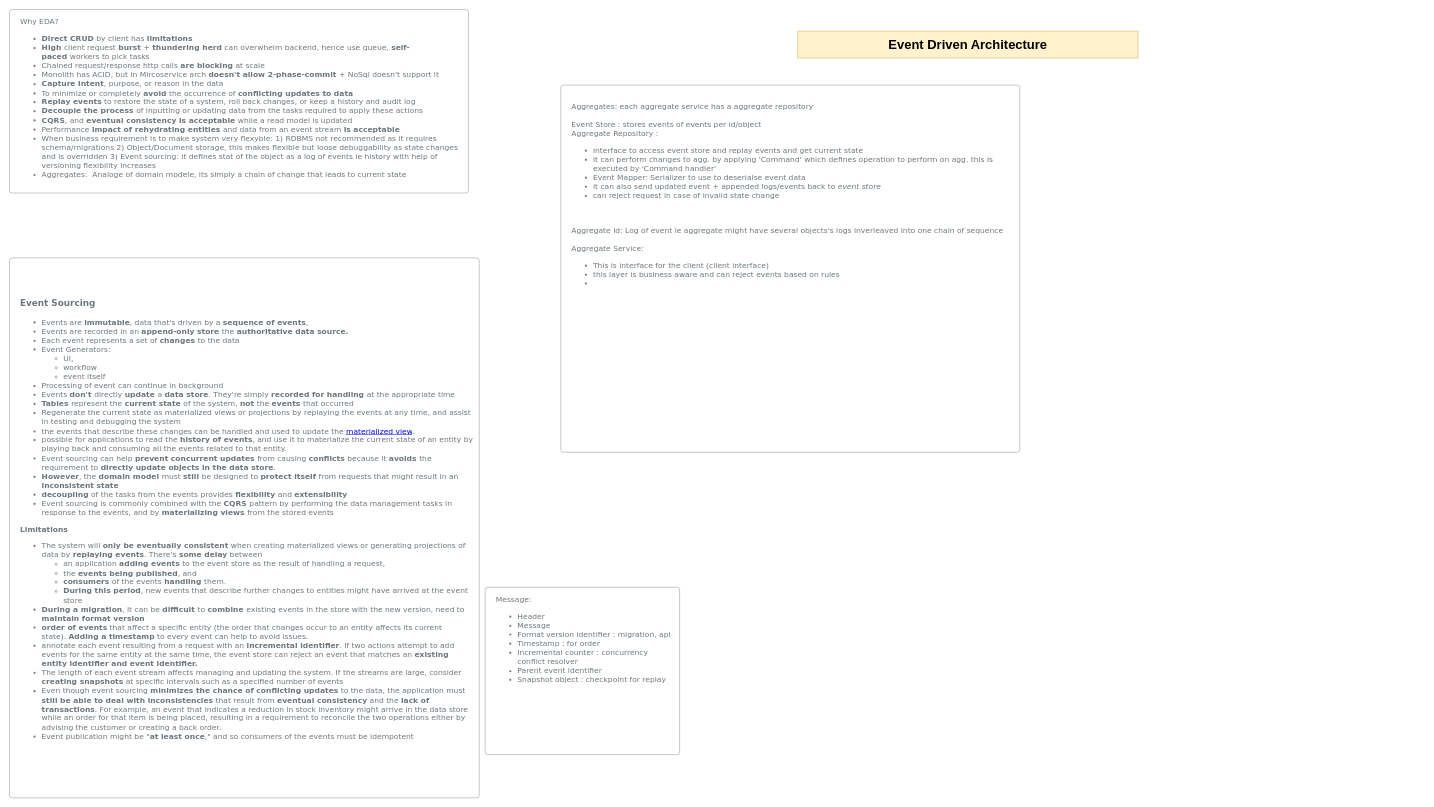
Earlier version of the draw.io diagram page "EDA-Async" (3 of 4) of SysDiagram.drawio (hemant9899/ReactLearn). Source tidied: cells renumbered, new cells numbered last; positions are measured from the earlier drawing's top-left corner, leaving out a move shared by most shapes. Both pictures are drawn from the tidied source at 54%, with x=0, y=0 at pixel (9, 9).
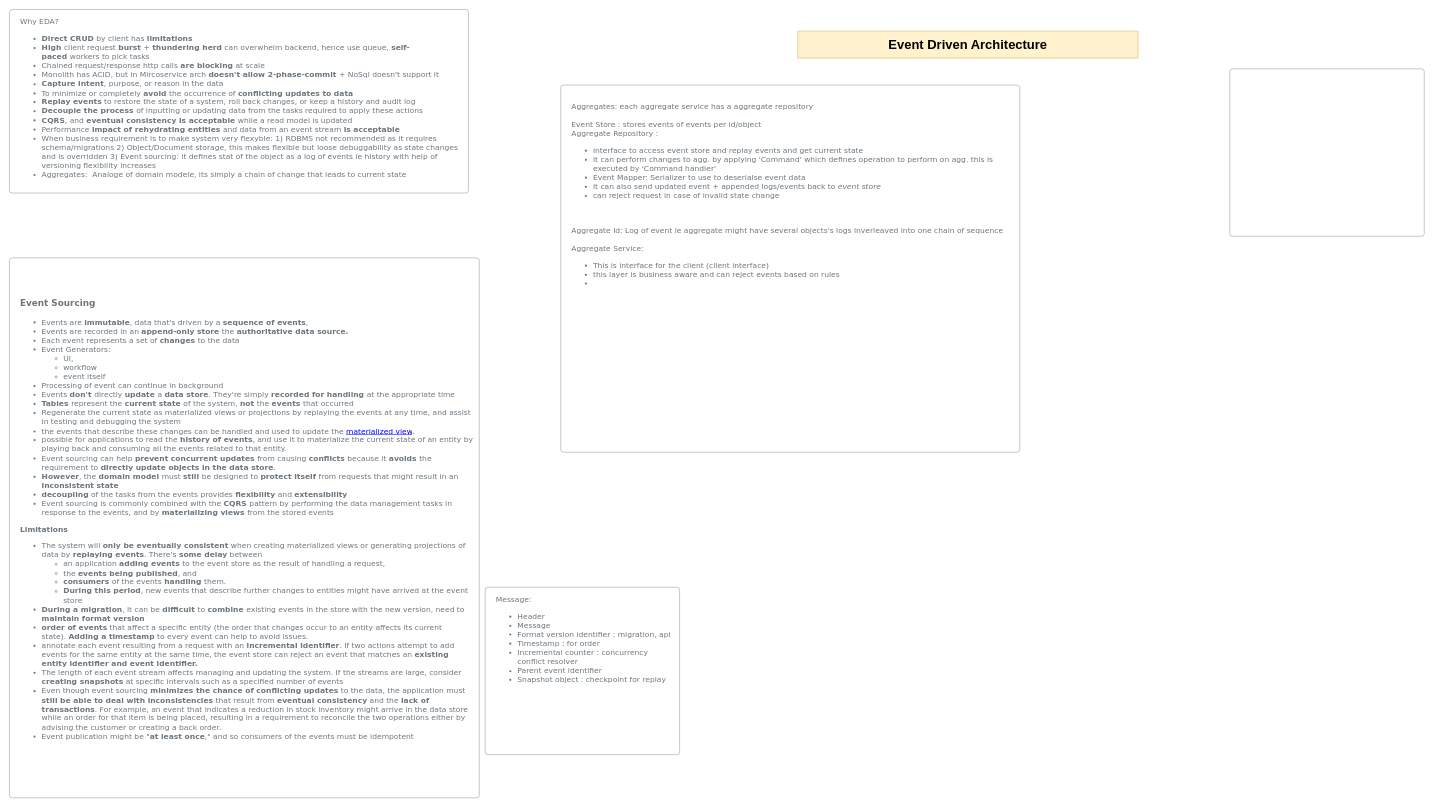
Above is the later version.

What changed in the source:
```diff
@@
 <mxGraphModel>
   <root>
     <mxCell id="0" />
     <mxCell id="1" parent="0" />
     <mxCell id="2" value="&lt;h1&gt;&lt;b&gt;Event Driven Architecture&lt;/b&gt;&lt;/h1&gt;" style="text;html=1;strokeColor=#d6b656;fillColor=#fff2cc;align=center;verticalAlign=middle;whiteSpace=wrap;rounded=0;" parent="1" vertex="1">
       <mxGeometry x="1460" y="40" width="630" height="50" as="geometry" />
     </mxCell>
     <mxCell id="3" value="&lt;span style=&quot;font-size: 14px&quot;&gt;&lt;font style=&quot;font-size: 14px&quot;&gt;Why EDA?&lt;/font&gt;&lt;/span&gt;&lt;br style=&quot;font-size: 14px&quot;&gt;&lt;ul style=&quot;font-size: 14px&quot;&gt;&lt;li style=&quot;font-size: 14px&quot;&gt;&lt;b&gt;Direct CRUD&lt;/b&gt; by client has &lt;b&gt;limitations&lt;/b&gt;&lt;/li&gt;&lt;li&gt;&lt;b&gt;High&amp;nbsp;&lt;/b&gt;client request&amp;nbsp;&lt;b&gt;burst&amp;nbsp;&lt;/b&gt;+&amp;nbsp;&lt;b&gt;thundering herd&lt;/b&gt;&amp;nbsp;can overwhelm backend, hence use queue,&amp;nbsp;&lt;b&gt;self-paced&amp;nbsp;&lt;/b&gt;workers to pick tasks&lt;/li&gt;&lt;li style=&quot;font-size: 14px&quot;&gt;Chained request/response http calls &lt;b&gt;are blocking&lt;/b&gt; at scale&lt;/li&gt;&lt;li style=&quot;font-size: 14px&quot;&gt;Monolith has ACID, but in Mircoservice arch &lt;b&gt;doesn't allow 2-phase-commit &lt;/b&gt;+ NoSql doesn't support it&lt;/li&gt;&lt;li style=&quot;font-size: 14px&quot;&gt;&lt;b&gt;Capture intent&lt;/b&gt;&lt;span style=&quot;background-color: rgb(255 , 255 , 255)&quot;&gt;, purpose, or reason in the data&lt;/span&gt;&lt;br&gt;&lt;/li&gt;&lt;li style=&quot;font-size: 14px&quot;&gt;&lt;span style=&quot;font-size: 14px ; background-color: rgb(255 , 255 , 255)&quot;&gt;To minimize or completely &lt;b&gt;avoid &lt;/b&gt;the occurrence of &lt;b&gt;conflicting updates to data&lt;/b&gt;&lt;br style=&quot;font-size: 14px&quot;&gt;&lt;/span&gt;&lt;/li&gt;&lt;li style=&quot;font-size: 14px&quot;&gt;&lt;span style=&quot;font-size: 14px ; background-color: rgb(255 , 255 , 255)&quot;&gt;&lt;b&gt;Replay events&lt;/b&gt; to restore the state of a system, roll back changes, or keep a history and audit log&lt;br style=&quot;font-size: 14px&quot;&gt;&lt;/span&gt;&lt;/li&gt;&lt;li style=&quot;font-size: 14px&quot;&gt;&lt;span style=&quot;font-size: 14px ; background-color: rgb(255 , 255 , 255)&quot;&gt;&lt;b&gt;Decouple the process &lt;/b&gt;of inputting or updating data from the tasks required to apply these actions&lt;/span&gt;&lt;/li&gt;&lt;li style=&quot;font-size: 14px&quot;&gt;&lt;b&gt;CQRS&lt;/b&gt;, and &lt;b&gt;eventual consistency is acceptable &lt;/b&gt;while a read model is updated&lt;/li&gt;&lt;li style=&quot;font-size: 14px&quot;&gt;Performance &lt;b&gt;impact of rehydrating entities &lt;/b&gt;and data from an event stream &lt;b&gt;is acceptable&lt;/b&gt;&lt;/li&gt;&lt;li style=&quot;font-size: 14px&quot;&gt;When business requirement is to make system very flexyble: 1) RDBMS not recommended as it requires schema/migrations 2) Object/Document storage, this makes flexible but loose debuggability as state changes and is overridden 3) Event sourcing: it defines stat of the object as a log of events ie history with help of versioning flexibility increases&amp;nbsp;&lt;/li&gt;&lt;li style=&quot;font-size: 14px&quot;&gt;Aggregates:&amp;nbsp; Analoge of domain modele, its simply a chain of change that leads to current state&lt;/li&gt;&lt;/ul&gt;" style="html=1;shadow=0;dashed=0;shape=mxgraph.bootstrap.rrect;rSize=5;strokeColor=#999999;strokeWidth=1;fillColor=#FFFFFF;whiteSpace=wrap;align=left;verticalAlign=top;spacingLeft=10;fontSize=14;spacing=10;fontFamily=Verdana;horizontal=1;fontColor=#6C767D;fontStyle=0;" parent="1" vertex="1">
       <mxGeometry width="850" height="340" as="geometry" />
     </mxCell>
     <mxCell id="4" value="&lt;h3&gt;Event Sourcing&lt;/h3&gt;&lt;ul&gt;&lt;li style=&quot;font-size: 14px&quot;&gt;&lt;span style=&quot;font-size: 14px ; background-color: rgb(255 , 255 , 255)&quot;&gt;Events are &lt;b&gt;immutable&lt;/b&gt;,&amp;nbsp;&lt;/span&gt;data that's driven by a &lt;b&gt;sequence of events&lt;/b&gt;,&amp;nbsp;&lt;/li&gt;&lt;li style=&quot;font-size: 14px&quot;&gt;Events are recorded in an &lt;b&gt;append-only store &lt;/b&gt;the &lt;b&gt;authoritative data source.&lt;/b&gt;&lt;/li&gt;&lt;li style=&quot;font-size: 14px&quot;&gt;&lt;span style=&quot;font-size: 14px ; background-color: rgb(255 , 255 , 255)&quot;&gt;Each event represents a set of &lt;b&gt;changes &lt;/b&gt;to the data&lt;/span&gt;&lt;/li&gt;&lt;li style=&quot;font-size: 14px&quot;&gt;&lt;span style=&quot;font-size: 14px ; background-color: rgb(255 , 255 , 255)&quot;&gt;Event Generators:&lt;/span&gt;&lt;/li&gt;&lt;ul style=&quot;font-size: 14px&quot;&gt;&lt;li style=&quot;font-size: 14px&quot;&gt;&lt;span style=&quot;font-size: 14px ; background-color: rgb(255 , 255 , 255)&quot;&gt;UI,&amp;nbsp;&lt;/span&gt;&lt;/li&gt;&lt;li style=&quot;font-size: 14px&quot;&gt;&lt;span style=&quot;font-size: 14px ; background-color: rgb(255 , 255 , 255)&quot;&gt;workflow&lt;/span&gt;&lt;/li&gt;&lt;li style=&quot;font-size: 14px&quot;&gt;&lt;span style=&quot;font-size: 14px ; background-color: rgb(255 , 255 , 255)&quot;&gt;event itself&lt;/span&gt;&lt;/li&gt;&lt;/ul&gt;&lt;li&gt;Processing of event can continue in background&lt;/li&gt;&lt;li style=&quot;font-size: 14px&quot;&gt;&lt;span style=&quot;font-size: 14px ; background-color: rgb(255 , 255 , 255)&quot;&gt;Events &lt;b&gt;don't &lt;/b&gt;directly &lt;b&gt;update &lt;/b&gt;a &lt;b&gt;data store&lt;/b&gt;. They're simply &lt;b&gt;recorded for handling &lt;/b&gt;at the appropriate time&lt;/span&gt;&lt;/li&gt;&lt;li style=&quot;font-size: 14px&quot;&gt;&lt;span style=&quot;font-size: 14px ; background-color: rgb(255 , 255 , 255)&quot;&gt;&lt;b&gt;Tables &lt;/b&gt;represent the &lt;b&gt;current state &lt;/b&gt;of the system, &lt;b&gt;not &lt;/b&gt;the &lt;b&gt;events &lt;/b&gt;that occurred&lt;/span&gt;&lt;span style=&quot;font-size: 14px ; background-color: rgb(255 , 255 , 255)&quot;&gt;&amp;nbsp;&lt;/span&gt;&lt;/li&gt;&lt;li style=&quot;font-size: 14px&quot;&gt;&lt;span style=&quot;font-size: 14px ; background-color: rgb(255 , 255 , 255)&quot;&gt;Regenerate the current state as materialized views or projections by replaying the events at any time, and assist in testing and debugging the system&lt;/span&gt;&lt;/li&gt;&lt;li style=&quot;font-size: 14px&quot;&gt;&lt;span style=&quot;font-size: 14px ; background-color: rgb(255 , 255 , 255)&quot;&gt;the events that describe these changes can be handled and used to update the&amp;nbsp;&lt;/span&gt;&lt;a href=&quot;https://docs.microsoft.com/en-us/azure/architecture/patterns/materialized-view&quot; style=&quot;box-sizing: inherit ; background-color: rgb(255 , 255 , 255) ; outline-color: inherit ; cursor: pointer ; overflow-wrap: break-word ; outline-width: 0px ; font-size: 14px&quot;&gt;materialized view&lt;/a&gt;&lt;span style=&quot;font-size: 14px ; background-color: rgb(255 , 255 , 255)&quot;&gt;.&lt;/span&gt;&lt;/li&gt;&lt;li style=&quot;font-size: 14px&quot;&gt;&lt;span style=&quot;font-size: 14px ; background-color: rgb(255 , 255 , 255)&quot;&gt;possible for applications to read the &lt;b&gt;history of events&lt;/b&gt;, and use it to materialize the current state of an entity by playing back and consuming all the events related to that entity.&lt;/span&gt;&lt;/li&gt;&lt;li style=&quot;font-size: 14px&quot;&gt;&lt;span style=&quot;font-size: 14px ; background-color: rgb(255 , 255 , 255)&quot;&gt;Event sourcing can help &lt;b&gt;prevent concurrent updates &lt;/b&gt;from causing &lt;b&gt;conflicts &lt;/b&gt;because it &lt;b&gt;avoids &lt;/b&gt;the requirement to &lt;b&gt;directly update objects in the data store&lt;/b&gt;.&amp;nbsp;&lt;/span&gt;&lt;/li&gt;&lt;li style=&quot;font-size: 14px&quot;&gt;&lt;span style=&quot;font-size: 14px ; background-color: rgb(255 , 255 , 255)&quot;&gt;&lt;b&gt;However&lt;/b&gt;, the &lt;b&gt;domain model &lt;/b&gt;must &lt;b&gt;still &lt;/b&gt;be designed to &lt;b&gt;protect itself &lt;/b&gt;from requests that might result in an &lt;b&gt;inconsistent state&lt;/b&gt;&lt;/span&gt;&lt;br style=&quot;font-size: 14px&quot;&gt;&lt;/li&gt;&lt;li style=&quot;font-size: 14px&quot;&gt;&lt;span style=&quot;font-size: 14px ; background-color: rgb(255 , 255 , 255)&quot;&gt;&lt;b&gt;decoupling&lt;/b&gt; of the tasks from the events provides &lt;b&gt;flexibility &lt;/b&gt;and &lt;b&gt;extensibility&lt;/b&gt;&lt;/span&gt;&lt;br style=&quot;font-size: 14px&quot;&gt;&lt;/li&gt;&lt;li style=&quot;font-size: 14px&quot;&gt;&lt;span style=&quot;font-size: 14px ; background-color: rgb(255 , 255 , 255)&quot;&gt;Event sourcing is commonly combined with the &lt;b&gt;CQRS &lt;/b&gt;pattern by performing the data management tasks in response to the events, and by &lt;b&gt;materializing views &lt;/b&gt;from the stored events&lt;br style=&quot;font-size: 14px&quot;&gt;&lt;/span&gt;&lt;/li&gt;&lt;/ul&gt;&lt;div style=&quot;font-size: 14px&quot;&gt;&lt;font style=&quot;font-size: 14px&quot;&gt;&lt;span style=&quot;font-size: 14px&quot;&gt;&lt;b&gt;Limitations&lt;/b&gt;&lt;/span&gt;&lt;/font&gt;&lt;/div&gt;&lt;div style=&quot;font-size: 14px&quot;&gt;&lt;ul style=&quot;font-size: 14px&quot;&gt;&lt;li style=&quot;font-size: 14px&quot;&gt;&lt;font style=&quot;font-size: 14px&quot;&gt;&lt;span style=&quot;font-size: 14px&quot;&gt;The system will &lt;b&gt;only be eventually consistent&lt;/b&gt; when creating materialized views or generating projections of data by &lt;b&gt;replaying events&lt;/b&gt;. There's &lt;b&gt;some delay&lt;/b&gt; between&amp;nbsp;&lt;/span&gt;&lt;/font&gt;&lt;/li&gt;&lt;ul&gt;&lt;li style=&quot;font-size: 14px&quot;&gt;&lt;font style=&quot;font-size: 14px&quot;&gt;&lt;span style=&quot;font-size: 14px&quot;&gt;an application &lt;b&gt;adding events&lt;/b&gt; to the event store as the result of handling a request,&amp;nbsp;&lt;/span&gt;&lt;/font&gt;&lt;/li&gt;&lt;li style=&quot;font-size: 14px&quot;&gt;&lt;font style=&quot;font-size: 14px&quot;&gt;&lt;span style=&quot;font-size: 14px&quot;&gt;the &lt;b&gt;events being published&lt;/b&gt;, and&amp;nbsp;&lt;/span&gt;&lt;/font&gt;&lt;/li&gt;&lt;li style=&quot;font-size: 14px&quot;&gt;&lt;font style=&quot;font-size: 14px&quot;&gt;&lt;span style=&quot;font-size: 14px&quot;&gt;&lt;b&gt;consumers&lt;/b&gt; of the events &lt;b&gt;handling &lt;/b&gt;them.&amp;nbsp;&lt;/span&gt;&lt;/font&gt;&lt;/li&gt;&lt;li style=&quot;font-size: 14px&quot;&gt;&lt;font style=&quot;font-size: 14px&quot;&gt;&lt;span style=&quot;font-size: 14px&quot;&gt;&lt;b&gt;During this period&lt;/b&gt;, new events that describe further changes to entities might have arrived at the event store&lt;/span&gt;&lt;/font&gt;&lt;/li&gt;&lt;/ul&gt;&lt;li style=&quot;font-size: 14px&quot;&gt;&lt;font style=&quot;font-size: 14px&quot;&gt;&lt;span style=&quot;font-size: 14px&quot;&gt;&lt;b&gt;During a migration&lt;/b&gt;, it can be &lt;b&gt;difficult &lt;/b&gt;to &lt;b&gt;combine &lt;/b&gt;existing events in the store with the new version, need to &lt;b&gt;maintain format version&lt;/b&gt;&lt;/span&gt;&lt;/font&gt;&lt;/li&gt;&lt;li style=&quot;font-size: 14px&quot;&gt;&lt;b&gt;order of events&lt;/b&gt; that affect a specific entity (the order that changes occur to an entity affects its current state).&amp;nbsp;&lt;b&gt;Adding a timestamp&lt;/b&gt;&lt;span&gt; to every event can help to avoid issues.&amp;nbsp;&lt;/span&gt;&lt;/li&gt;&lt;li style=&quot;font-size: 14px&quot;&gt;annotate each event resulting from a request with an &lt;b&gt;incremental identifier&lt;/b&gt;. If two actions attempt to add events for the same entity at the same time, the event store can reject an event that matches an &lt;b&gt;existing entity identifier and event identifier.&lt;/b&gt;&lt;/li&gt;&lt;li style=&quot;font-size: 14px&quot;&gt;&lt;div style=&quot;font-size: 14px&quot;&gt;&lt;span style=&quot;font-size: 14px ; background-color: rgb(255 , 255 , 255)&quot;&gt;The length of each event stream affects managing and updating the system. If the streams are large, consider &lt;b&gt;creating snapshots&lt;/b&gt; at specific intervals such as a specified number of events&lt;/span&gt;&lt;br style=&quot;font-size: 14px&quot;&gt;&lt;/div&gt;&lt;/li&gt;&lt;li style=&quot;font-size: 14px&quot;&gt;&lt;div style=&quot;font-size: 14px&quot;&gt;&lt;span style=&quot;font-size: 14px ; background-color: rgb(255 , 255 , 255)&quot;&gt;Even though event sourcing &lt;b&gt;minimizes the chance of conflicting updates&lt;/b&gt; to the data, the application must &lt;b&gt;still be able to deal with inconsistencies&lt;/b&gt; that result from &lt;b&gt;eventual consistency&lt;/b&gt; and the &lt;b&gt;lack of transactions&lt;/b&gt;. For example, an event that indicates a reduction in stock inventory might arrive in the data store while an order for that item is being placed, resulting in a requirement to reconcile the two operations either by advising the customer or creating a back order.&lt;br style=&quot;font-size: 14px&quot;&gt;&lt;/span&gt;&lt;/div&gt;&lt;/li&gt;&lt;li style=&quot;font-size: 14px&quot;&gt;&lt;div style=&quot;font-size: 14px&quot;&gt;&lt;span style=&quot;font-size: 14px ; background-color: rgb(255 , 255 , 255)&quot;&gt;&lt;span style=&quot;font-size: 14px&quot;&gt;Event publication might be &quot;&lt;b&gt;at least once&lt;/b&gt;,&quot; and so consumers of the events must be idempotent&lt;/span&gt;&lt;/span&gt;&lt;/div&gt;&lt;/li&gt;&lt;/ul&gt;&lt;/div&gt;&lt;div style=&quot;font-size: 14px&quot;&gt;&lt;font style=&quot;font-size: 14px&quot;&gt;&lt;span style=&quot;font-size: 14px&quot;&gt;&lt;br style=&quot;font-size: 14px&quot;&gt;&lt;/span&gt;&lt;/font&gt;&lt;/div&gt;&lt;div style=&quot;font-size: 14px&quot;&gt;&lt;font style=&quot;font-size: 14px&quot;&gt;&lt;span style=&quot;font-size: 14px&quot;&gt;&lt;br style=&quot;font-size: 14px&quot;&gt;&lt;/span&gt;&lt;/font&gt;&lt;/div&gt;" style="html=1;shadow=0;dashed=0;shape=mxgraph.bootstrap.rrect;rSize=5;strokeColor=#999999;strokeWidth=1;fillColor=#FFFFFF;whiteSpace=wrap;align=left;verticalAlign=middle;spacingLeft=10;fontSize=14;spacing=10;fontColor=#6C767D;fontStyle=0;fontFamily=Verdana;" parent="1" vertex="1">
       <mxGeometry y="460" width="870" height="1000" as="geometry" />
     </mxCell>
     <mxCell id="5" value="Message:&lt;br&gt;&lt;ul&gt;&lt;li&gt;Header&lt;/li&gt;&lt;li&gt;Message&lt;/li&gt;&lt;li&gt;Format version identifier : migration, api&lt;/li&gt;&lt;li&gt;Timestamp : for order&lt;/li&gt;&lt;li&gt;Incremental counter : concurrency conflict resolver&lt;/li&gt;&lt;li&gt;Parent event identifier&lt;/li&gt;&lt;li&gt;Snapshot object : checkpoint for replay&lt;/li&gt;&lt;/ul&gt;" style="html=1;shadow=0;dashed=0;shape=mxgraph.bootstrap.rrect;rSize=5;strokeColor=#999999;strokeWidth=1;fillColor=#FFFFFF;whiteSpace=wrap;align=left;verticalAlign=top;spacingLeft=10;fontSize=14;spacing=10;fontFamily=Verdana;horizontal=1;fontColor=#6C767D;fontStyle=0;" parent="1" vertex="1">
       <mxGeometry x="881" y="1070" width="360" height="310" as="geometry" />
     </mxCell>
     <mxCell id="6" value="&lt;br&gt;Aggregates: each aggregate service has a aggregate repository&lt;br&gt;&lt;br&gt;Event Store : stores events of events per id/object&lt;br&gt;Aggregate Repository : &lt;br&gt;&lt;ul&gt;&lt;li&gt;interface to access event store and replay events and get current state&lt;/li&gt;&lt;li&gt;it can perform changes to agg. by applying 'Command' which defines operation to perform on agg. this is executed by 'Command handler'&lt;/li&gt;&lt;li&gt;Event Mapper: Serializer to use to deserialse event data&lt;/li&gt;&lt;li&gt;it can also send updated event + appended logs/events back to &lt;i&gt;event store&lt;/i&gt;&lt;/li&gt;&lt;li&gt;can reject request in case of invalid state change&lt;/li&gt;&lt;/ul&gt;&lt;br&gt;&lt;br&gt;Aggregate Id: Log of event ie aggregate might have several objects's logs inverleaved into one chain of sequence&lt;br&gt;&lt;br&gt;Aggregate Service:&lt;br&gt;&lt;ul&gt;&lt;li&gt;This is interface for the client (client interface)&lt;/li&gt;&lt;li&gt;this layer is business aware and can reject events based on rules&lt;/li&gt;&lt;li&gt;&lt;br&gt;&lt;/li&gt;&lt;/ul&gt;" style="html=1;shadow=0;dashed=0;shape=mxgraph.bootstrap.rrect;rSize=5;strokeColor=#999999;strokeWidth=1;fillColor=#FFFFFF;whiteSpace=wrap;align=left;verticalAlign=top;spacingLeft=10;fontSize=14;spacing=10;fontFamily=Verdana;horizontal=1;fontColor=#6C767D;fontStyle=0;" parent="1" vertex="1">
       <mxGeometry x="1021" y="140" width="850" height="680" as="geometry" />
     </mxCell>
+    <mxCell id="7" style="html=1;shadow=0;dashed=0;shape=mxgraph.bootstrap.rrect;rSize=5;strokeColor=#999999;strokeWidth=1;fillColor=#FFFFFF;whiteSpace=wrap;align=left;verticalAlign=top;spacingLeft=10;fontSize=14;spacing=10;fontFamily=Verdana;horizontal=1;fontColor=#6C767D;fontStyle=0;" parent="1" vertex="1">
+      <mxGeometry x="2260" y="110" width="360" height="310" as="geometry" />
+    </mxCell>
   </root>
 </mxGraphModel>
```
